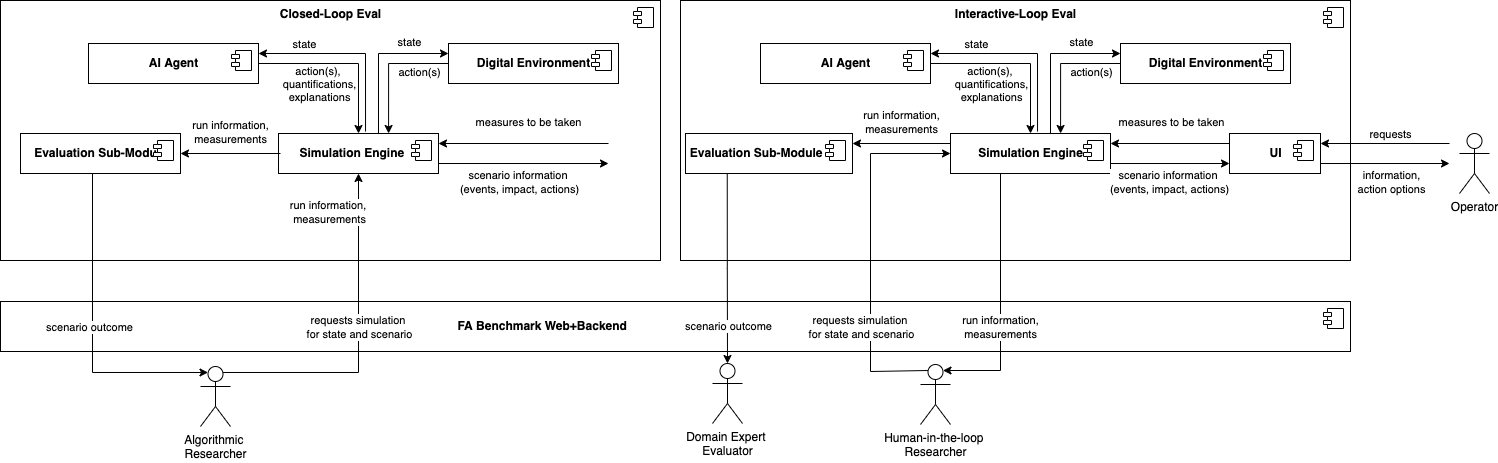
This is docs/img/readme/Closed_and_Interactive_Loop_Eval.drawio.png from flatland-association/flatland-benchmarks, a draw.io export, as it was before one commit. Source tidied: cells renumbered, new cells last; positions are measured from the earlier drawing's top-left corner, leaving out a move shared by most shapes.
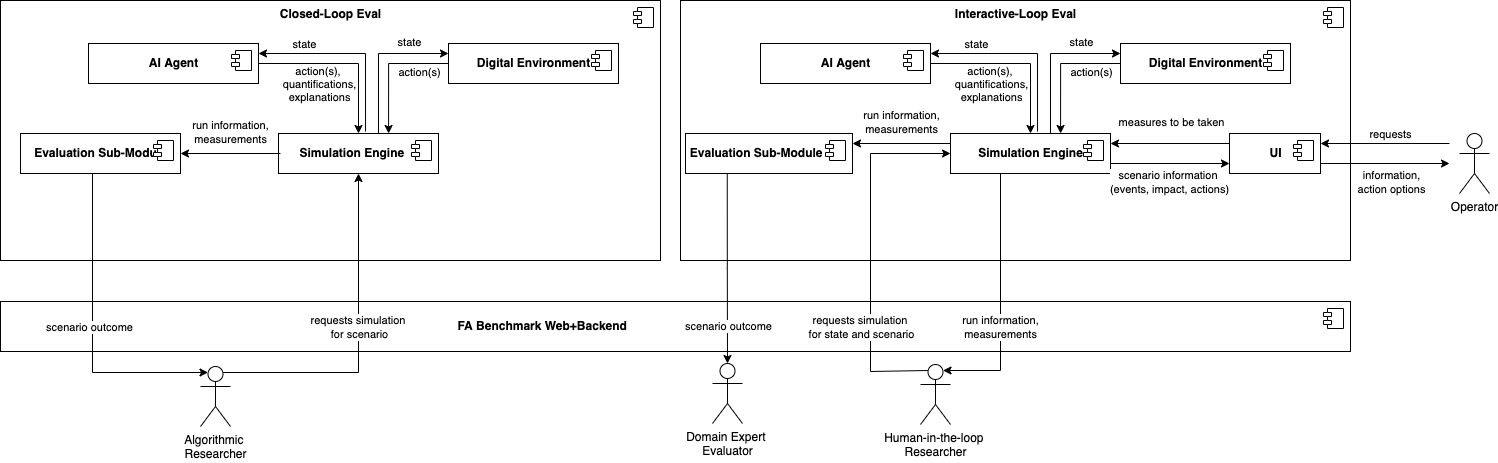
The same file after the commit.

Commit message:
Review Closed and Interactive Loop Eval Diagram.

What changed in the source:
```diff
@@ -79,7 +79,7 @@
         </Array>
       </mxGeometry>
     </mxCell>
-    <mxCell id="21" value="requests simulation&amp;nbsp;&lt;br&gt;for state and scenario" style="edgeLabel;html=1;align=center;verticalAlign=middle;" parent="20" vertex="1">
+    <mxCell id="21" value="requests simulation&amp;nbsp;&lt;br&gt;for scenario" style="edgeLabel;html=1;align=center;verticalAlign=middle;" parent="20" vertex="1">
       <mxGeometry x="-0.63" y="-1" relative="1" as="geometry">
         <mxPoint x="1" y="91" as="offset" />
       </mxGeometry>
@@ -246,67 +246,44 @@
     <mxCell id="58" style="endArrow=none;startArrow=classic;html=1;rounded=0;exitX=0;exitY=0.25;exitDx=0;exitDy=0;edgeStyle=orthogonalEdgeStyle;entryX=0.625;entryY=0;entryDx=0;entryDy=0;entryPerimeter=0;verticalAlign=middle;endFill=0;" parent="1" edge="1" source="50" target="52">
       <mxGeometry relative="1" as="geometry" />
     </mxCell>
-    <mxCell id="59" value="run information, &lt;br&gt;measurements" style="edgeLabel;html=1;align=center;verticalAlign=middle;" parent="1" vertex="1">
-      <mxGeometry x="328" y="211" as="geometry" />
+    <mxCell id="59" style="endArrow=none;startArrow=classic;html=1;rounded=0;exitX=1;exitY=0.25;exitDx=0;exitDy=0;edgeStyle=orthogonalEdgeStyle;verticalAlign=middle;entryX=0.544;entryY=-0.05;entryDx=0;entryDy=0;entryPerimeter=0;endFill=0;" parent="1" edge="1" source="48" target="52">
+      <mxGeometry relative="1" as="geometry" />
     </mxCell>
-    <mxCell id="60" style="endArrow=none;startArrow=classic;html=1;rounded=0;exitX=1;exitY=0.25;exitDx=0;exitDy=0;edgeStyle=orthogonalEdgeStyle;verticalAlign=middle;entryX=0.544;entryY=-0.05;entryDx=0;entryDy=0;entryPerimeter=0;endFill=0;" parent="1" edge="1" source="48" target="52">
-      <mxGeometry relative="1" as="geometry" />
+    <mxCell id="60" value="state" style="edgeLabel;html=1;align=center;verticalAlign=middle;" parent="59" vertex="1">
+      <mxGeometry x="-0.5" relative="1" as="geometry">
+        <mxPoint x="-1" y="-10" as="offset" />
+      </mxGeometry>
     </mxCell>
-    <mxCell id="61" value="state" style="edgeLabel;html=1;align=center;verticalAlign=middle;" parent="60" vertex="1">
-      <mxGeometry x="-0.5" relative="1" as="geometry">
-        <mxPoint x="-1" y="-10" as="offset" />
-      </mxGeometry>
+    <mxCell id="61" style="endArrow=classic;startArrow=none;html=1;rounded=0;exitX=0;exitY=0.5;exitDx=0;exitDy=0;edgeStyle=orthogonalEdgeStyle;verticalAlign=middle;startFill=0;endFill=1;entryX=0.688;entryY=0;entryDx=0;entryDy=0;entryPerimeter=0;" parent="1" edge="1" source="50" target="52">
+      <mxGeometry relative="1" as="geometry" />
     </mxCell>
-    <mxCell id="62" style="endArrow=classic;startArrow=none;html=1;rounded=0;exitX=0;exitY=0.5;exitDx=0;exitDy=0;edgeStyle=orthogonalEdgeStyle;verticalAlign=middle;startFill=0;endFill=1;entryX=0.688;entryY=0;entryDx=0;entryDy=0;entryPerimeter=0;" parent="1" edge="1" source="50" target="52">
-      <mxGeometry relative="1" as="geometry" />
+    <mxCell id="62" value="state" style="edgeLabel;html=1;align=center;verticalAlign=middle;" parent="61" vertex="1">
+      <mxGeometry x="-0.56" y="1" relative="1" as="geometry">
+        <mxPoint x="-12" y="-23" as="offset" />
+      </mxGeometry>
     </mxCell>
-    <mxCell id="63" value="state" style="edgeLabel;html=1;align=center;verticalAlign=middle;" parent="62" vertex="1">
-      <mxGeometry x="-0.56" y="1" relative="1" as="geometry">
-        <mxPoint x="-12" y="-23" as="offset" />
+    <mxCell id="63" value="action(s)" style="edgeLabel;html=1;align=center;verticalAlign=middle;" parent="61" vertex="1">
+      <mxGeometry x="-0.45" y="3" relative="1" as="geometry">
+        <mxPoint x="6" y="5" as="offset" />
       </mxGeometry>
     </mxCell>
-    <mxCell id="64" value="action(s)" style="edgeLabel;html=1;align=center;verticalAlign=middle;" parent="62" vertex="1">
-      <mxGeometry x="-0.45" y="3" relative="1" as="geometry">
-        <mxPoint x="6" y="5" as="offset" />
+    <mxCell id="64" style="endArrow=classic;html=1;rounded=0;entryX=1;entryY=0.5;entryDx=0;entryDy=0;" parent="1" edge="1" target="54">
+      <mxGeometry relative="1" as="geometry">
+        <mxPoint x="280" y="153" as="sourcePoint" />
       </mxGeometry>
     </mxCell>
-    <mxCell id="65" style="endArrow=classic;html=1;rounded=0;entryX=1;entryY=0.5;entryDx=0;entryDy=0;" parent="1" edge="1" target="54">
-      <mxGeometry relative="1" as="geometry">
-        <mxPoint x="280" y="153" as="sourcePoint" />
+    <mxCell id="65" value="run information,&lt;br&gt;measurements" style="edgeLabel;html=1;align=center;verticalAlign=middle;" parent="64" vertex="1">
+      <mxGeometry x="-0.12" y="-1" relative="1" as="geometry">
+        <mxPoint x="-7" y="-21" as="offset" />
       </mxGeometry>
     </mxCell>
-    <mxCell id="66" value="run information,&lt;br&gt;measurements" style="edgeLabel;html=1;align=center;verticalAlign=middle;" parent="65" vertex="1">
-      <mxGeometry x="-0.12" y="-1" relative="1" as="geometry">
-        <mxPoint x="-7" y="-21" as="offset" />
-      </mxGeometry>
+    <mxCell id="66" style="endArrow=classic;startArrow=none;html=1;rounded=0;edgeStyle=orthogonalEdgeStyle;endFill=1;startFill=0;exitX=0.25;exitY=1;exitDx=0;exitDy=0;entryX=0.5;entryY=0;entryDx=0;entryDy=0;entryPerimeter=0;" parent="1" edge="1" source="14" target="26">
+      <mxGeometry relative="1" as="geometry" />
     </mxCell>
-    <mxCell id="67" style="endArrow=classic;html=1;rounded=0;entryX=1;entryY=0.25;entryDx=0;entryDy=0;exitX=0;exitY=0.25;exitDx=0;exitDy=0;" parent="1" edge="1" target="52">
-      <mxGeometry relative="1" as="geometry">
-        <mxPoint x="608" y="143" as="sourcePoint" />
+    <mxCell id="67" value="scenario outcome" style="edgeLabel;html=1;align=center;verticalAlign=middle;" parent="66" vertex="1">
+      <mxGeometry x="0.05" y="3" relative="1" as="geometry">
+        <mxPoint x="-3" y="53" as="offset" />
       </mxGeometry>
     </mxCell>
-    <mxCell id="68" value="measures to be taken" style="edgeLabel;html=1;align=center;verticalAlign=middle;" parent="67" vertex="1">
-      <mxGeometry x="-0.12" y="-1" relative="1" as="geometry">
-        <mxPoint x="-7" y="-21" as="offset" />
-      </mxGeometry>
-    </mxCell>
-    <mxCell id="69" style="endArrow=classic;html=1;rounded=0;entryX=0;entryY=0.75;entryDx=0;entryDy=0;exitX=1;exitY=0.75;exitDx=0;exitDy=0;" parent="1" edge="1" source="52">
-      <mxGeometry relative="1" as="geometry">
-        <mxPoint x="608" y="163" as="targetPoint" />
-      </mxGeometry>
-    </mxCell>
-    <mxCell id="70" value="scenario information &lt;br&gt;(events, impact, actions)" style="edgeLabel;html=1;align=center;verticalAlign=middle;" parent="69" vertex="1">
-      <mxGeometry x="-0.12" y="-1" relative="1" as="geometry">
-        <mxPoint x="6" y="17" as="offset" />
-      </mxGeometry>
-    </mxCell>
-    <mxCell id="71" style="endArrow=classic;startArrow=none;html=1;rounded=0;edgeStyle=orthogonalEdgeStyle;endFill=1;startFill=0;exitX=0.25;exitY=1;exitDx=0;exitDy=0;entryX=0.5;entryY=0;entryDx=0;entryDy=0;entryPerimeter=0;" parent="1" edge="1" source="14" target="26">
-      <mxGeometry relative="1" as="geometry" />
-    </mxCell>
-    <mxCell id="72" value="scenario outcome" style="edgeLabel;html=1;align=center;verticalAlign=middle;" parent="71" vertex="1">
-      <mxGeometry x="0.05" y="3" relative="1" as="geometry">
-        <mxPoint x="-3" y="53" as="offset" />
-      </mxGeometry>
-    </mxCell>
   </root>
 </mxGraphModel>
```
